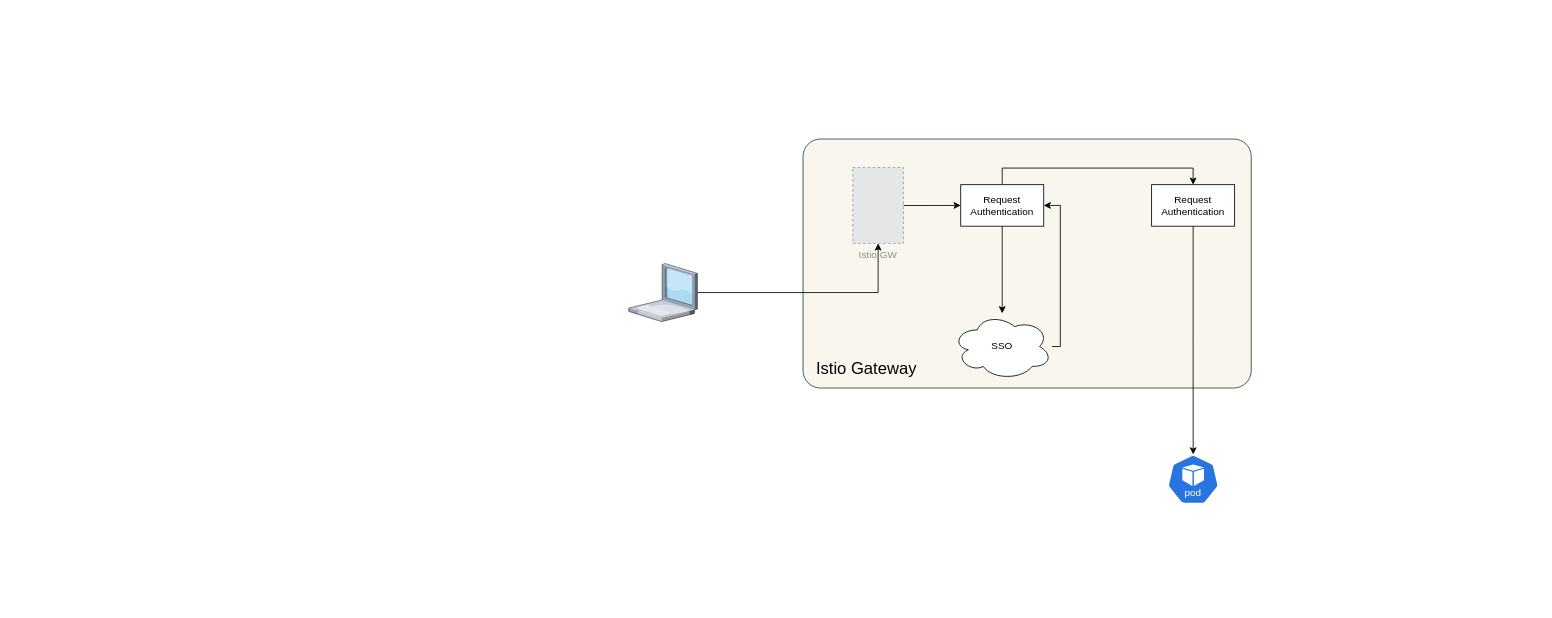
This is allImages.dir/istio authorization policy and request authentication-approach-1.drawio from Macstar-hub/translator, a draw.io file, before an edit. Source tidied: cells renumbered, new cells numbered last; positions are measured from the earlier drawing's top-left corner, leaving out a move shared by most shapes. Both pictures are drawn from the tidied source at 83%, with x=0, y=0 at pixel (628, 139). Pictures stored in the file or linked from it are replaced by grey dashed boxes.
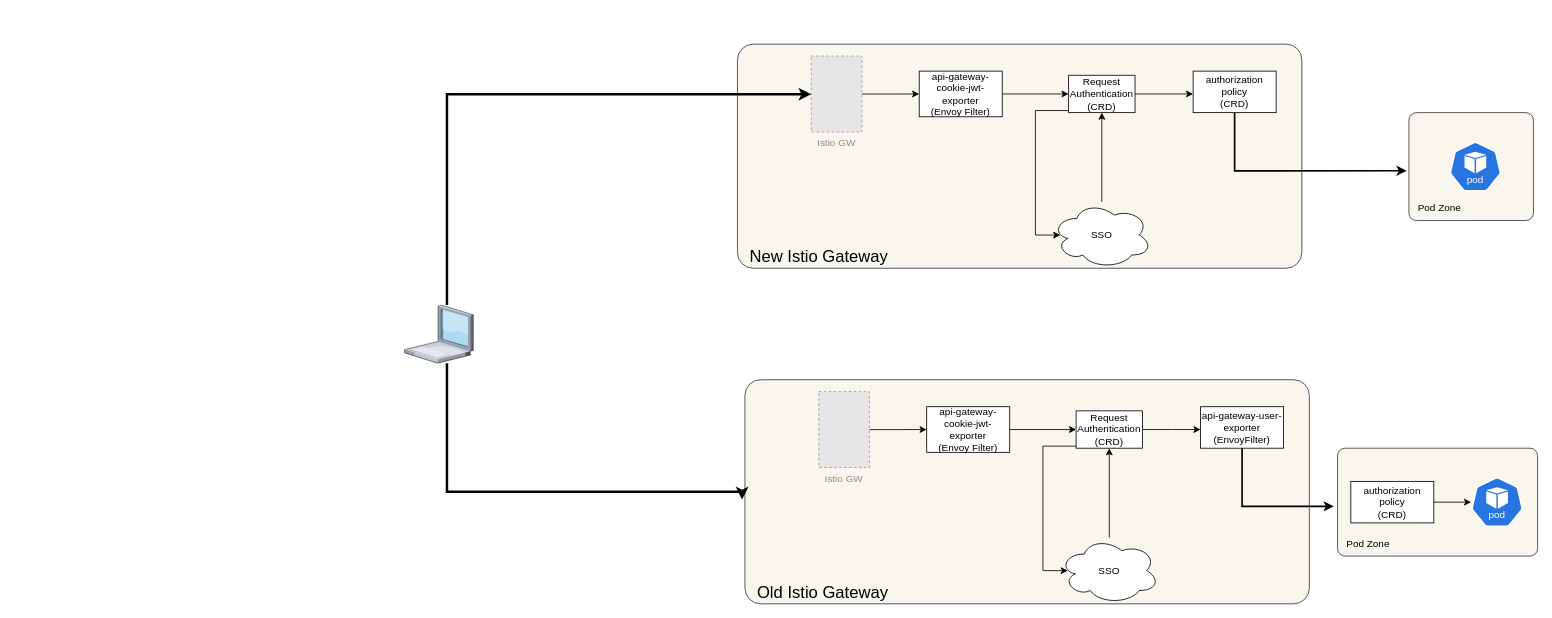
The same diagram, later.

Change to the diagram source:
```diff
@@
+    <mxCell id="16" style="rounded=1;whiteSpace=wrap;html=1;fillColor=#f9f7ed;strokeColor=#36393d;arcSize=7;" parent="1" vertex="1">
+      <mxGeometry x="940" y="-31.8" width="150" height="130" as="geometry" />
+    </mxCell>
     <mxCell id="2" style="rounded=1;whiteSpace=wrap;html=1;fillColor=#f9f7ed;strokeColor=#36393d;arcSize=7;" parent="1" vertex="1">
-      <mxGeometry x="210" width="540" height="300" as="geometry" />
+      <mxGeometry x="131" y="-114.3" width="680" height="270" as="geometry" />
     </mxCell>
-    <mxCell id="3" style="edgeStyle=orthogonalEdgeStyle;rounded=0;jettySize=auto;html=1;entryX=0;entryY=0.5;entryDx=0;entryDy=0;" parent="1" edge="1" source="4" target="9">
-      <mxGeometry relative="1" as="geometry" />
-    </mxCell>
+    <mxCell id="17" style="edgeStyle=orthogonalEdgeStyle;rounded=0;jettySize=auto;html=1;entryX=0;entryY=0.5;entryDx=0;entryDy=0;" parent="1" edge="1" source="4" target="20">
+      <mxGeometry relative="1" as="geometry" />
+    </mxCell>
     <mxCell id="4" value="Istio GW" style="fillColor=#E6E6E6;strokeColor=#999999;dashed=1;verticalLabelPosition=bottom;labelBackgroundColor=none;verticalAlign=top;fontColor=#8C8C8C;" parent="1" vertex="1">
-      <mxGeometry x="270" y="34.3" width="61" height="91.5" as="geometry" />
+      <mxGeometry x="220" y="-100" width="61" height="91.5" as="geometry" />
     </mxCell>
-    <mxCell id="5" style="edgeStyle=orthogonalEdgeStyle;rounded=0;jettySize=auto;html=1;" parent="1" edge="1" source="6" target="4">
-      <mxGeometry relative="1" as="geometry" />
+    <mxCell id="5" style="edgeStyle=orthogonalEdgeStyle;rounded=0;jettySize=auto;html=1;strokeWidth=3;" parent="1" edge="1" source="6" target="4">
+      <mxGeometry relative="1" as="geometry">
+        <Array as="points">
+          <mxPoint x="-219" y="-54" />
+        </Array>
+      </mxGeometry>
     </mxCell>
     <mxCell id="6" style="verticalLabelPosition=bottom;sketch=0;html=1;verticalAlign=top;strokeColor=#143D15;align=center;outlineConnect=0;shape=mxgraph.citrix.laptop_1;fillColor=#ffcc99;gradientColor=none;" parent="1" vertex="1">
-      <mxGeometry y="150" width="82.7" height="70" as="geometry" />
+      <mxGeometry x="-270" y="200" width="82.7" height="70" as="geometry" />
     </mxCell>
-    <mxCell id="7" style="edgeStyle=orthogonalEdgeStyle;rounded=0;jettySize=auto;html=1;" parent="1" edge="1" source="9" target="11">
-      <mxGeometry relative="1" as="geometry" />
-    </mxCell>
-    <mxCell id="8" style="edgeStyle=orthogonalEdgeStyle;rounded=0;jettySize=auto;html=1;entryX=0.5;entryY=0;entryDx=0;entryDy=0;" parent="1" edge="1" source="9" target="12">
-      <mxGeometry relative="1" as="geometry">
-        <Array as="points">
-          <mxPoint x="450" y="35" />
-          <mxPoint x="680" y="35" />
-        </Array>
-      </mxGeometry>
-    </mxCell>
+    <mxCell id="18" style="edgeStyle=orthogonalEdgeStyle;rounded=0;jettySize=auto;html=1;" parent="1" edge="1" source="9">
+      <mxGeometry relative="1" as="geometry">
+        <mxPoint x="680" y="-54.3" as="targetPoint" />
+      </mxGeometry>
+    </mxCell>
-    <mxCell id="9" value="&lt;div&gt;Request Authentication&lt;/div&gt;" style="rounded=0;whiteSpace=wrap;html=1;" parent="1" vertex="1">
-      <mxGeometry x="400" y="55" width="100" height="50" as="geometry" />
+    <mxCell id="9" value="&lt;div&gt;Request Authentication&lt;br&gt;(CRD)&lt;br&gt;&lt;/div&gt;" style="rounded=0;whiteSpace=wrap;html=1;" parent="1" vertex="1">
+      <mxGeometry x="530" y="-76.8" width="80" height="45" as="geometry" />
     </mxCell>
-    <mxCell id="10" style="edgeStyle=orthogonalEdgeStyle;rounded=0;jettySize=auto;html=1;entryX=1;entryY=0.5;entryDx=0;entryDy=0;" parent="1" edge="1" source="11" target="9">
-      <mxGeometry relative="1" as="geometry">
-        <Array as="points">
-          <mxPoint x="520" y="250" />
-          <mxPoint x="520" y="80" />
-        </Array>
-      </mxGeometry>
+    <mxCell id="10" style="edgeStyle=orthogonalEdgeStyle;rounded=0;jettySize=auto;html=1;entryX=0.5;entryY=1;entryDx=0;entryDy=0;" parent="1" edge="1" source="11" target="9">
+      <mxGeometry relative="1" as="geometry" />
     </mxCell>
     <mxCell id="11" value="&lt;div&gt;SSO&lt;/div&gt;" style="ellipse;shape=cloud;whiteSpace=wrap;html=1;" parent="1" vertex="1">
-      <mxGeometry x="390" y="210" width="120" height="80" as="geometry" />
+      <mxGeometry x="510" y="75.7" width="120" height="80" as="geometry" />
     </mxCell>
-    <mxCell id="12" value="&lt;div&gt;Request Authentication&lt;/div&gt;" style="rounded=0;whiteSpace=wrap;html=1;" parent="1" vertex="1">
-      <mxGeometry x="630" y="55" width="100" height="50" as="geometry" />
-    </mxCell>
-    <mxCell id="13" value="&lt;font style=&quot;font-size: 20px;&quot;&gt;Istio Gateway&lt;/font&gt;" style="text;strokeColor=none;fillColor=none;align=left;verticalAlign=middle;spacingLeft=4;spacingRight=4;overflow=hidden;whiteSpace=wrap;html=1;" parent="1" vertex="1">
-      <mxGeometry x="220" y="260" width="150" height="30" as="geometry" />
+    <mxCell id="13" value="&lt;font style=&quot;font-size: 20px;&quot;&gt;New Istio Gateway&lt;/font&gt;" style="text;strokeColor=none;fillColor=none;align=left;verticalAlign=middle;spacingLeft=4;spacingRight=4;overflow=hidden;whiteSpace=wrap;html=1;" parent="1" vertex="1">
+      <mxGeometry x="140" y="125.7" width="190" height="30" as="geometry" />
     </mxCell>
     <mxCell id="14" style="sketch=0;html=1;dashed=0;whitespace=wrap;verticalLabelPosition=bottom;verticalAlign=top;fillColor=#2875E2;strokeColor=#ffffff;points=[[0.005,0.63,0],[0.1,0.2,0],[0.9,0.2,0],[0.5,0,0],[0.995,0.63,0],[0.72,0.99,0],[0.5,1,0],[0.28,0.99,0]];shape=mxgraph.kubernetes.icon2;kubernetesLabel=1;prIcon=pod;" parent="1" vertex="1">
-      <mxGeometry x="648.8" y="380" width="62.5" height="60" as="geometry" />
+      <mxGeometry x="988.8" y="3.2" width="62.5" height="60" as="geometry" />
     </mxCell>
-    <mxCell id="15" style="edgeStyle=orthogonalEdgeStyle;rounded=0;jettySize=auto;html=1;entryX=0.5;entryY=0;entryDx=0;entryDy=0;entryPerimeter=0;" parent="1" edge="1" source="12" target="14">
-      <mxGeometry relative="1" as="geometry" />
-    </mxCell>
+    <mxCell id="19" style="edgeStyle=orthogonalEdgeStyle;rounded=0;jettySize=auto;html=1;entryX=0;entryY=0.5;entryDx=0;entryDy=0;" parent="1" edge="1" source="20" target="9">
+      <mxGeometry relative="1" as="geometry" />
+    </mxCell>
+    <mxCell id="20" value="api-gateway-cookie-jwt-exporter &lt;br&gt;&lt;div&gt;(Envoy Filter)&lt;/div&gt;" style="rounded=0;whiteSpace=wrap;html=1;" parent="1" vertex="1">
+      <mxGeometry x="350" y="-81.8" width="100" height="55" as="geometry" />
+    </mxCell>
+    <mxCell id="7" style="edgeStyle=orthogonalEdgeStyle;rounded=0;jettySize=auto;html=1;entryX=0.083;entryY=0.5;entryDx=0;entryDy=0;entryPerimeter=0;" parent="1" edge="1" source="9" target="11">
+      <mxGeometry relative="1" as="geometry">
+        <Array as="points">
+          <mxPoint x="490" y="-34.3" />
+          <mxPoint x="490" y="115.7" />
+        </Array>
+      </mxGeometry>
+    </mxCell>
+    <mxCell id="21" value="authorization policy&lt;br&gt;(CRD)" style="rounded=0;whiteSpace=wrap;html=1;" parent="1" vertex="1">
+      <mxGeometry x="680" y="-81.8" width="100" height="50" as="geometry" />
+    </mxCell>
+    <mxCell id="22" value="&lt;div&gt;Pod Zone&lt;/div&gt;" style="text;strokeColor=none;fillColor=none;align=left;verticalAlign=middle;spacingLeft=4;spacingRight=4;overflow=hidden;whiteSpace=wrap;html=1;" parent="1" vertex="1">
+      <mxGeometry x="945" y="68.2" width="150" height="30" as="geometry" />
+    </mxCell>
+    <mxCell id="23" style="edgeStyle=orthogonalEdgeStyle;rounded=0;jettySize=auto;html=1;entryX=-0.019;entryY=0.539;entryDx=0;entryDy=0;entryPerimeter=0;strokeWidth=2;" parent="1" edge="1" source="21" target="16">
+      <mxGeometry relative="1" as="geometry">
+        <Array as="points">
+          <mxPoint x="730" y="38" />
+        </Array>
+      </mxGeometry>
+    </mxCell>
+    <mxCell id="24" style="rounded=1;whiteSpace=wrap;html=1;fillColor=#f9f7ed;strokeColor=#36393d;arcSize=7;" parent="1" vertex="1">
+      <mxGeometry x="854" y="372.5" width="241" height="130" as="geometry" />
+    </mxCell>
+    <mxCell id="25" style="rounded=1;whiteSpace=wrap;html=1;fillColor=#f9f7ed;strokeColor=#36393d;arcSize=7;" parent="1" vertex="1">
+      <mxGeometry x="140" y="290" width="680" height="270" as="geometry" />
+    </mxCell>
+    <mxCell id="26" style="edgeStyle=orthogonalEdgeStyle;rounded=0;jettySize=auto;html=1;entryX=0;entryY=0.5;entryDx=0;entryDy=0;" parent="1" edge="1" source="27" target="35">
+      <mxGeometry relative="1" as="geometry" />
+    </mxCell>
+    <mxCell id="27" value="Istio GW" style="fillColor=#E6E6E6;strokeColor=#999999;dashed=1;verticalLabelPosition=bottom;labelBackgroundColor=none;verticalAlign=top;fontColor=#8C8C8C;" parent="1" vertex="1">
+      <mxGeometry x="229" y="304.3" width="61" height="91.5" as="geometry" />
+    </mxCell>
+    <mxCell id="28" style="edgeStyle=orthogonalEdgeStyle;rounded=0;jettySize=auto;html=1;" parent="1" edge="1" source="29">
+      <mxGeometry relative="1" as="geometry">
+        <mxPoint x="689" y="350" as="targetPoint" />
+      </mxGeometry>
+    </mxCell>
+    <mxCell id="29" value="&lt;div&gt;Request Authentication&lt;br&gt;(CRD)&lt;br&gt;&lt;/div&gt;" style="rounded=0;whiteSpace=wrap;html=1;" parent="1" vertex="1">
+      <mxGeometry x="539" y="327.5" width="80" height="45" as="geometry" />
+    </mxCell>
+    <mxCell id="30" style="edgeStyle=orthogonalEdgeStyle;rounded=0;jettySize=auto;html=1;entryX=0.5;entryY=1;entryDx=0;entryDy=0;" parent="1" edge="1" source="31" target="29">
+      <mxGeometry relative="1" as="geometry" />
+    </mxCell>
+    <mxCell id="31" value="&lt;div&gt;SSO&lt;/div&gt;" style="ellipse;shape=cloud;whiteSpace=wrap;html=1;" parent="1" vertex="1">
+      <mxGeometry x="519" y="480" width="120" height="80" as="geometry" />
+    </mxCell>
+    <mxCell id="32" value="&lt;font style=&quot;font-size: 20px;&quot;&gt;Old Istio Gateway&lt;/font&gt;" style="text;strokeColor=none;fillColor=none;align=left;verticalAlign=middle;spacingLeft=4;spacingRight=4;overflow=hidden;whiteSpace=wrap;html=1;" parent="1" vertex="1">
+      <mxGeometry x="149" y="530" width="190" height="30" as="geometry" />
+    </mxCell>
+    <mxCell id="33" style="sketch=0;html=1;dashed=0;whitespace=wrap;verticalLabelPosition=bottom;verticalAlign=top;fillColor=#2875E2;strokeColor=#ffffff;points=[[0.005,0.63,0],[0.1,0.2,0],[0.9,0.2,0],[0.5,0,0],[0.995,0.63,0],[0.72,0.99,0],[0.5,1,0],[0.28,0.99,0]];shape=mxgraph.kubernetes.icon2;kubernetesLabel=1;prIcon=pod;" parent="1" vertex="1">
+      <mxGeometry x="1015" y="407.5" width="62.5" height="60" as="geometry" />
+    </mxCell>
+    <mxCell id="34" style="edgeStyle=orthogonalEdgeStyle;rounded=0;jettySize=auto;html=1;entryX=0;entryY=0.5;entryDx=0;entryDy=0;" parent="1" edge="1" source="35" target="29">
+      <mxGeometry relative="1" as="geometry" />
+    </mxCell>
+    <mxCell id="35" value="api-gateway-cookie-jwt-exporter &lt;br&gt;&lt;div&gt;(Envoy Filter)&lt;/div&gt;" style="rounded=0;whiteSpace=wrap;html=1;" parent="1" vertex="1">
+      <mxGeometry x="359" y="322.5" width="100" height="55" as="geometry" />
+    </mxCell>
+    <mxCell id="36" style="edgeStyle=orthogonalEdgeStyle;rounded=0;jettySize=auto;html=1;entryX=0.083;entryY=0.5;entryDx=0;entryDy=0;entryPerimeter=0;" parent="1" edge="1" source="29" target="31">
+      <mxGeometry relative="1" as="geometry">
+        <Array as="points">
+          <mxPoint x="499" y="370" />
+          <mxPoint x="499" y="520" />
+        </Array>
+      </mxGeometry>
+    </mxCell>
+    <mxCell id="37" value="api-gateway-user-exporter&lt;br&gt;(EnvoyFilter)" style="rounded=0;whiteSpace=wrap;html=1;" parent="1" vertex="1">
+      <mxGeometry x="689" y="322.5" width="100" height="50" as="geometry" />
+    </mxCell>
+    <mxCell id="38" value="&lt;div&gt;Pod Zone&lt;/div&gt;" style="text;strokeColor=none;fillColor=none;align=left;verticalAlign=middle;spacingLeft=4;spacingRight=4;overflow=hidden;whiteSpace=wrap;html=1;" parent="1" vertex="1">
+      <mxGeometry x="859" y="472.5" width="150" height="30" as="geometry" />
+    </mxCell>
+    <mxCell id="39" style="edgeStyle=orthogonalEdgeStyle;rounded=0;jettySize=auto;html=1;entryX=-0.019;entryY=0.539;entryDx=0;entryDy=0;entryPerimeter=0;strokeWidth=2;" parent="1" edge="1" source="37" target="24">
+      <mxGeometry relative="1" as="geometry">
+        <Array as="points">
+          <mxPoint x="739" y="442.3" />
+        </Array>
+      </mxGeometry>
+    </mxCell>
+    <mxCell id="40" style="edgeStyle=orthogonalEdgeStyle;rounded=0;jettySize=auto;html=1;" parent="1" edge="1" source="41" target="33">
+      <mxGeometry relative="1" as="geometry" />
+    </mxCell>
+    <mxCell id="41" value="authorization policy&lt;br&gt;(CRD)" style="rounded=0;whiteSpace=wrap;html=1;" parent="1" vertex="1">
+      <mxGeometry x="870" y="412.5" width="100" height="50" as="geometry" />
+    </mxCell>
+    <mxCell id="42" style="edgeStyle=orthogonalEdgeStyle;rounded=0;jettySize=auto;html=1;entryX=-0.005;entryY=0.535;entryDx=0;entryDy=0;entryPerimeter=0;strokeWidth=3;" parent="1" edge="1" source="6" target="25">
+      <mxGeometry relative="1" as="geometry">
+        <Array as="points">
+          <mxPoint x="-219" y="425" />
+          <mxPoint x="137" y="425" />
+        </Array>
+      </mxGeometry>
+    </mxCell>
+    <mxCell id="43" value="&amp;nbsp;" style="text;whiteSpace=wrap;html=1;" parent="1" vertex="1">
+      <mxGeometry x="-740" y="-150" width="40" height="40" as="geometry" />
+    </mxCell>
```
